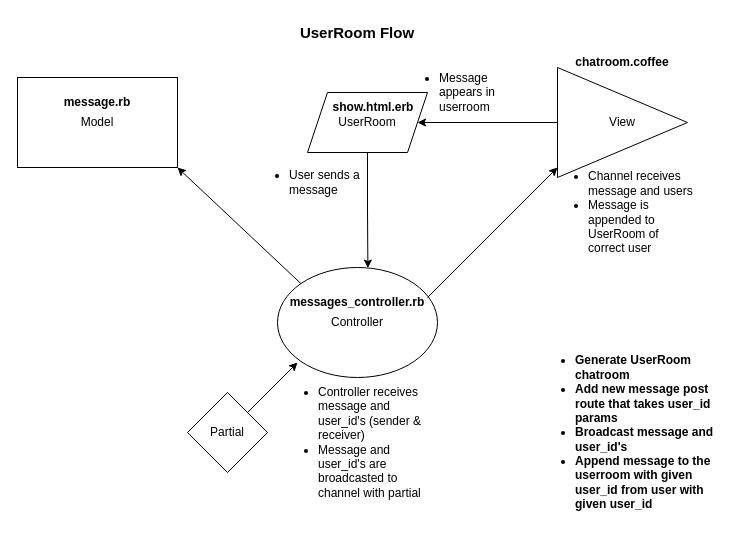
JamesGabby/rails-chat keeps this draw.io diagram as Untitled Diagram.drawio. Above is the earlier version. Source tidied: cells renumbered, new cells numbered last; positions are measured from the earlier drawing's top-left corner, leaving out a move shared by most shapes. Both pictures are drawn from the tidied source at 100%, with x=0, y=0 at pixel (17, 17).
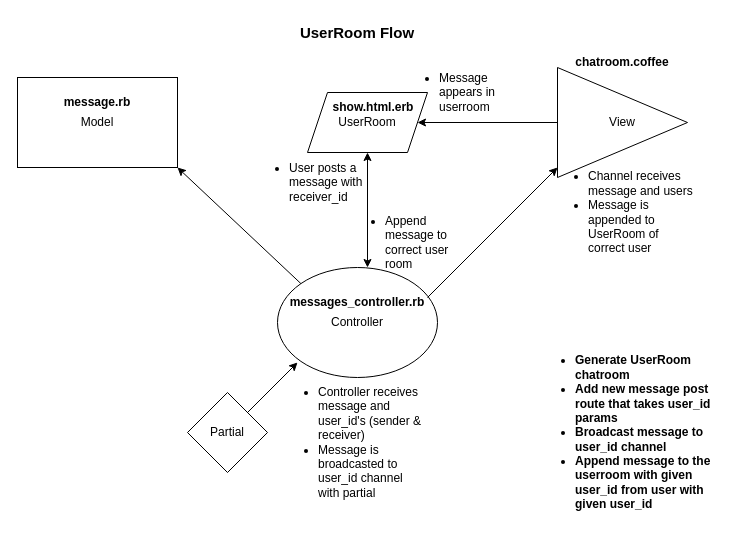
The same diagram, later.

Unchanged cells that the change refers to:
```xml
<mxCell id="3" value="Controller" style="ellipse;whiteSpace=wrap;html=1;" parent="1" vertex="1">
  <mxGeometry x="260" y="250" width="160" height="110" as="geometry" />
</mxCell>
<mxCell id="16" value="UserRoom" style="shape=parallelogram;perimeter=parallelogramPerimeter;whiteSpace=wrap;html=1;fixedSize=1;" parent="1" vertex="1">
  <mxGeometry x="290" y="75" width="120" height="60" as="geometry" />
</mxCell>
```

What changed in the source:
```diff
@@
-    <mxCell id="12" value="&lt;ul&gt;&lt;li&gt;User sends a message&lt;/li&gt;&lt;/ul&gt;" style="text;html=1;strokeColor=none;fillColor=none;align=left;verticalAlign=middle;whiteSpace=wrap;rounded=0;" parent="1" vertex="1">
+    <mxCell id="12" value="&lt;ul&gt;&lt;li&gt;User posts a message with receiver_id&lt;/li&gt;&lt;/ul&gt;" style="text;html=1;strokeColor=none;fillColor=none;align=left;verticalAlign=middle;whiteSpace=wrap;rounded=0;" parent="1" vertex="1">
       <mxGeometry x="230" y="150" width="120" height="30" as="geometry" />
     </mxCell>
-    <mxCell id="13" value="&lt;ul&gt;&lt;li style=&quot;text-align: left;&quot;&gt;Controller receives message and user_id's (sender &amp;amp; receiver)&lt;/li&gt;&lt;li style=&quot;text-align: left;&quot;&gt;Message and user_id's are broadcasted to channel with partial&lt;/li&gt;&lt;/ul&gt;" style="text;html=1;strokeColor=none;fillColor=none;align=center;verticalAlign=middle;whiteSpace=wrap;rounded=0;" parent="1" vertex="1">
+    <mxCell id="13" value="&lt;ul&gt;&lt;li style=&quot;text-align: left;&quot;&gt;Controller receives message and user_id's (sender &amp;amp; receiver)&lt;/li&gt;&lt;li style=&quot;text-align: left;&quot;&gt;Message is broadcasted to user_id channel with partial&lt;/li&gt;&lt;/ul&gt;" style="text;html=1;strokeColor=none;fillColor=none;align=center;verticalAlign=middle;whiteSpace=wrap;rounded=0;" parent="1" vertex="1">
       <mxGeometry x="260" y="410" width="150" height="30" as="geometry" />
     </mxCell>
@@
-    <mxCell id="15" style="edgeStyle=orthogonalEdgeStyle;rounded=0;jettySize=auto;html=1;entryX=0.565;entryY=0.005;entryDx=0;entryDy=0;entryPerimeter=0;" parent="1" edge="1" source="16" target="3">
-      <mxGeometry relative="1" as="geometry" />
-    </mxCell>
@@
-    <mxCell id="21" value="&lt;ul&gt;&lt;li&gt;&lt;b&gt;Generate UserRoom chatroom&lt;/b&gt;&lt;/li&gt;&lt;li&gt;&lt;b&gt;Add new message post route that takes user_id params&lt;/b&gt;&lt;/li&gt;&lt;li&gt;&lt;b&gt;Broadcast message and user_id's&lt;/b&gt;&lt;/li&gt;&lt;li&gt;&lt;b&gt;Append message to the userroom with given user_id from user with given user_id&lt;/b&gt;&lt;/li&gt;&lt;/ul&gt;" style="text;html=1;strokeColor=none;fillColor=none;align=left;verticalAlign=middle;whiteSpace=wrap;rounded=0;" parent="1" vertex="1">
+    <mxCell id="21" value="&lt;ul&gt;&lt;li&gt;&lt;b&gt;Generate UserRoom chatroom&lt;/b&gt;&lt;/li&gt;&lt;li&gt;&lt;b&gt;Add new message post route that takes user_id params&lt;/b&gt;&lt;/li&gt;&lt;li&gt;&lt;b&gt;Broadcast message to&amp;nbsp; user_id channel&lt;/b&gt;&lt;/li&gt;&lt;li&gt;&lt;b&gt;Append message to the userroom with given user_id from user with given user_id&lt;/b&gt;&lt;/li&gt;&lt;/ul&gt;" style="text;html=1;strokeColor=none;fillColor=none;align=left;verticalAlign=middle;whiteSpace=wrap;rounded=0;" parent="1" vertex="1">
       <mxGeometry x="516" y="345" width="196" height="140" as="geometry" />
     </mxCell>
+    <mxCell id="22" style="endArrow=classic;startArrow=classic;html=1;rounded=0;entryX=0.5;entryY=1;entryDx=0;entryDy=0;" parent="1" edge="1" target="16">
+      <mxGeometry relative="1" as="geometry">
+        <mxPoint x="350" y="250" as="sourcePoint" />
+      </mxGeometry>
+    </mxCell>
+    <mxCell id="23" value="&lt;ul&gt;&lt;li&gt;Append message to correct user room&lt;/li&gt;&lt;/ul&gt;" style="text;html=1;strokeColor=none;fillColor=none;align=left;verticalAlign=middle;whiteSpace=wrap;rounded=0;" parent="1" vertex="1">
+      <mxGeometry x="326" y="210" width="120" height="30" as="geometry" />
+    </mxCell>
```
